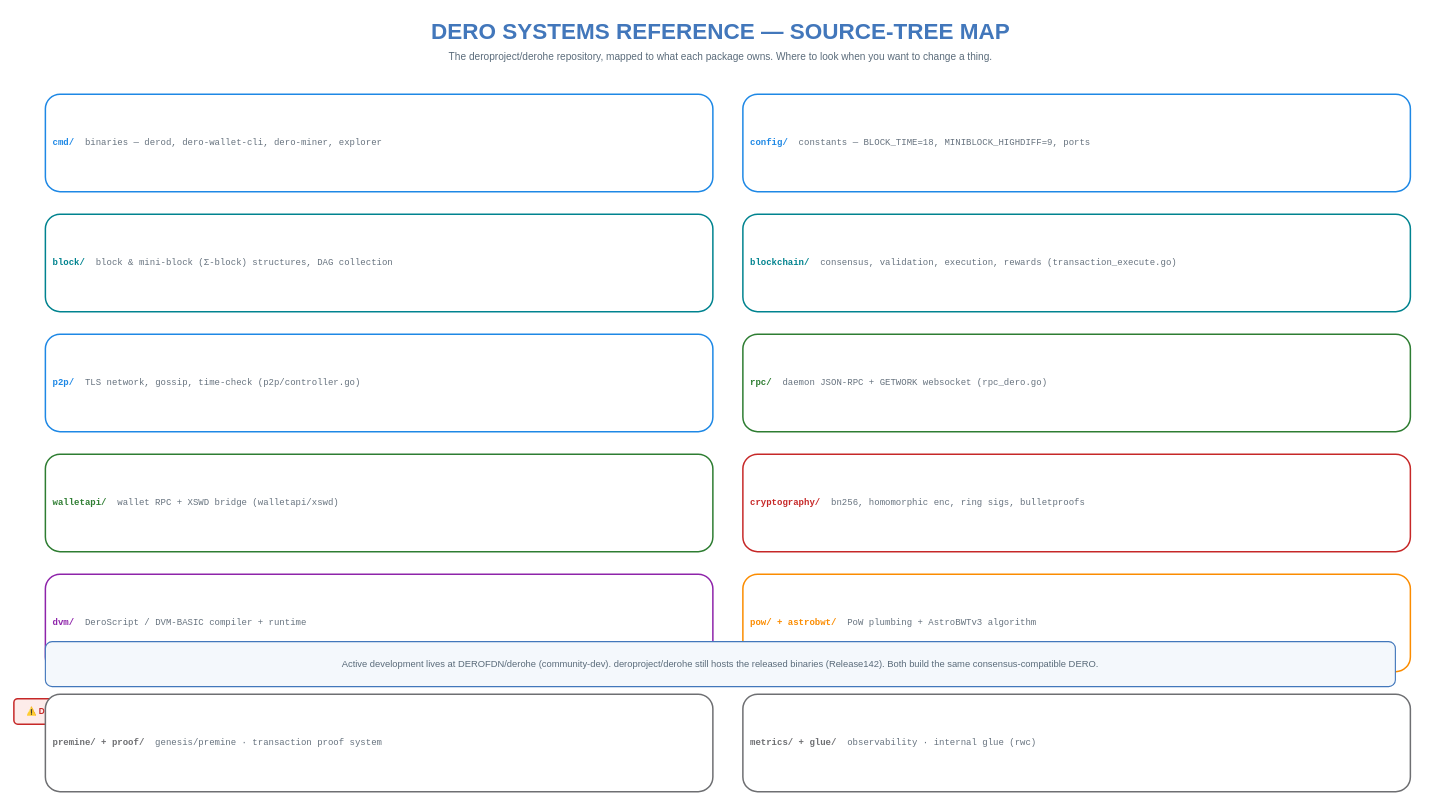
Above: page "Source-Tree Map" (4 of 4) of DERO.SYSTEMS.drawio in liqdmetal/DERO.STARGATE.DIAGRAMS (draw.io), before the change. Source tidied: cells renumbered, new cells numbered last; positions are measured from the earlier drawing's top-left corner, leaving out a move shared by most shapes. Both pictures are drawn from the tidied source at 75%, with x=0, y=0 at pixel (14, 13).
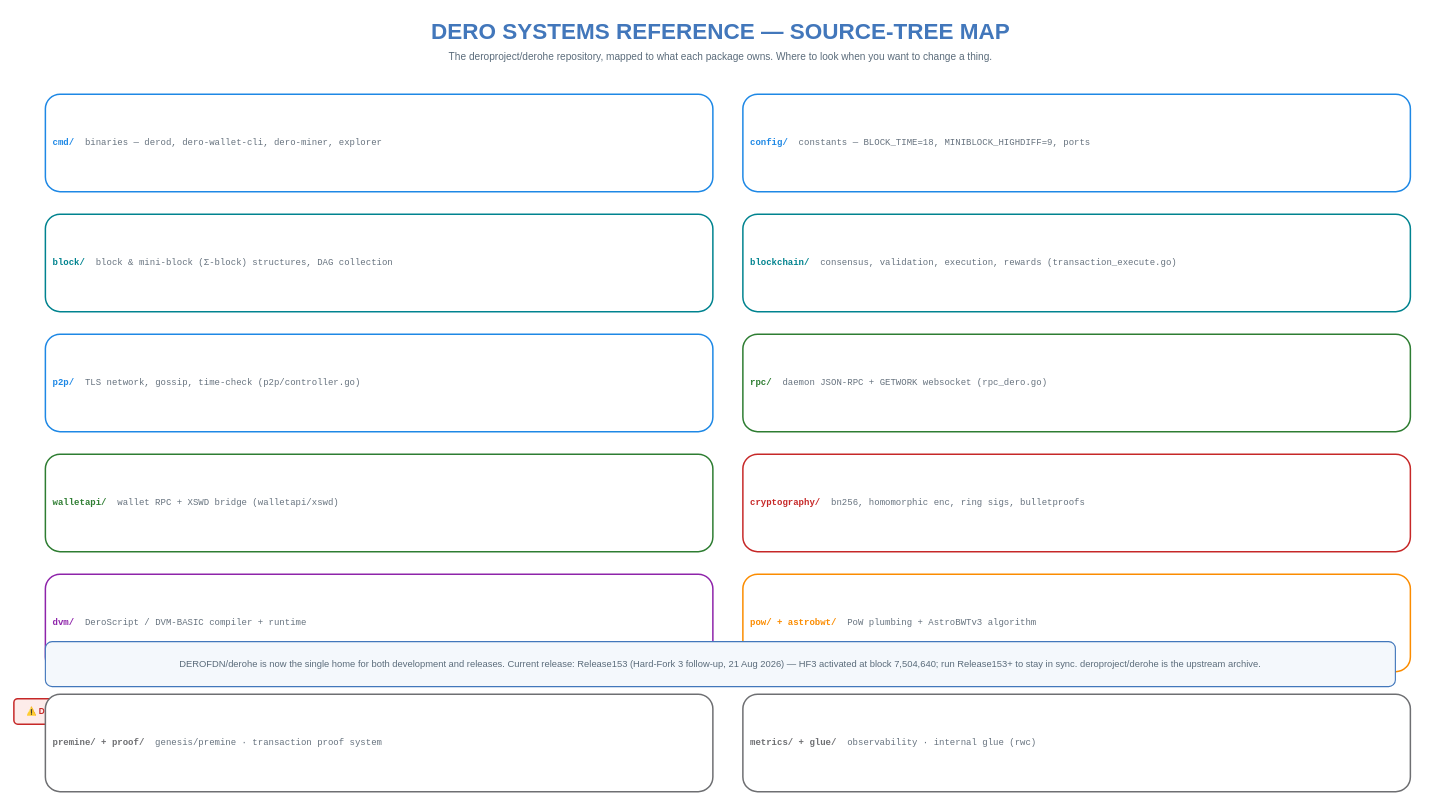
The same diagram, later.

The edit, as a diff of the source:
```diff
@@
 <mxGraphModel>
   <root>
     <mxCell id="0" />
     <mxCell id="1" parent="0" />
     <mxCell id="2" value="⚠️ DRAFT — community draft — not verified, reviewed, or audited" style="rounded=1;whiteSpace=wrap;html=1;fillColor=#FDECEA;strokeColor=#C62828;strokeWidth=2;fontSize=11;fontStyle=1;fontColor=#C62828;align=center;verticalAlign=middle;" parent="1" vertex="1">
       <mxGeometry y="914" width="380" height="34" as="geometry" />
     </mxCell>
     <mxCell id="3" value="DERO SYSTEMS REFERENCE — SOURCE-TREE MAP" style="text;html=1;align=center;fontSize=30;fontStyle=1;fontColor=#4277BB;" parent="1" vertex="1">
       <mxGeometry x="2" width="1880" height="42" as="geometry" />
     </mxCell>
     <mxCell id="4" value="The deroproject/derohe repository, mapped to what each package owns.  Where to look when you want to change a thing." style="text;html=1;align=center;fontSize=13.5;fontColor=#5A6B7A;" parent="1" vertex="1">
       <mxGeometry x="2" y="44" width="1880" height="22" as="geometry" />
     </mxCell>
     <mxCell id="5" value="&lt;font color=&quot;#1E88E5&quot;&gt;&lt;b&gt;cmd/&lt;/b&gt;&lt;/font&gt;  &lt;font color=&quot;#66727E&quot;&gt;binaries — derod, dero-wallet-cli, dero-miner, explorer&lt;/font&gt;" style="rounded=1;whiteSpace=wrap;html=1;fillColor=#FFFFFF;strokeColor=#1E88E5;strokeWidth=2;fontSize=12;fontColor=#22303C;align=left;verticalAlign=middle;spacing=10;fontFamily=Courier New;" parent="1" vertex="1">
       <mxGeometry x="42" y="108" width="890" height="130" as="geometry" />
     </mxCell>
     <mxCell id="6" value="&lt;font color=&quot;#1E88E5&quot;&gt;&lt;b&gt;config/&lt;/b&gt;&lt;/font&gt;  &lt;font color=&quot;#66727E&quot;&gt;constants — BLOCK_TIME=18, MINIBLOCK_HIGHDIFF=9, ports&lt;/font&gt;" style="rounded=1;whiteSpace=wrap;html=1;fillColor=#FFFFFF;strokeColor=#1E88E5;strokeWidth=2;fontSize=12;fontColor=#22303C;align=left;verticalAlign=middle;spacing=10;fontFamily=Courier New;" parent="1" vertex="1">
       <mxGeometry x="972" y="108" width="890" height="130" as="geometry" />
     </mxCell>
     <mxCell id="7" value="&lt;font color=&quot;#00838F&quot;&gt;&lt;b&gt;block/&lt;/b&gt;&lt;/font&gt;  &lt;font color=&quot;#66727E&quot;&gt;block &amp; mini-block (Σ-block) structures, DAG collection&lt;/font&gt;" style="rounded=1;whiteSpace=wrap;html=1;fillColor=#FFFFFF;strokeColor=#00838F;strokeWidth=2;fontSize=12;fontColor=#22303C;align=left;verticalAlign=middle;spacing=10;fontFamily=Courier New;" parent="1" vertex="1">
       <mxGeometry x="42" y="268" width="890" height="130" as="geometry" />
     </mxCell>
     <mxCell id="8" value="&lt;font color=&quot;#00838F&quot;&gt;&lt;b&gt;blockchain/&lt;/b&gt;&lt;/font&gt;  &lt;font color=&quot;#66727E&quot;&gt;consensus, validation, execution, rewards (transaction_execute.go)&lt;/font&gt;" style="rounded=1;whiteSpace=wrap;html=1;fillColor=#FFFFFF;strokeColor=#00838F;strokeWidth=2;fontSize=12;fontColor=#22303C;align=left;verticalAlign=middle;spacing=10;fontFamily=Courier New;" parent="1" vertex="1">
       <mxGeometry x="972" y="268" width="890" height="130" as="geometry" />
     </mxCell>
     <mxCell id="9" value="&lt;font color=&quot;#1E88E5&quot;&gt;&lt;b&gt;p2p/&lt;/b&gt;&lt;/font&gt;  &lt;font color=&quot;#66727E&quot;&gt;TLS network, gossip, time-check (p2p/controller.go)&lt;/font&gt;" style="rounded=1;whiteSpace=wrap;html=1;fillColor=#FFFFFF;strokeColor=#1E88E5;strokeWidth=2;fontSize=12;fontColor=#22303C;align=left;verticalAlign=middle;spacing=10;fontFamily=Courier New;" parent="1" vertex="1">
       <mxGeometry x="42" y="428" width="890" height="130" as="geometry" />
     </mxCell>
     <mxCell id="10" value="&lt;font color=&quot;#2E7D32&quot;&gt;&lt;b&gt;rpc/&lt;/b&gt;&lt;/font&gt;  &lt;font color=&quot;#66727E&quot;&gt;daemon JSON-RPC + GETWORK websocket (rpc_dero.go)&lt;/font&gt;" style="rounded=1;whiteSpace=wrap;html=1;fillColor=#FFFFFF;strokeColor=#2E7D32;strokeWidth=2;fontSize=12;fontColor=#22303C;align=left;verticalAlign=middle;spacing=10;fontFamily=Courier New;" parent="1" vertex="1">
       <mxGeometry x="972" y="428" width="890" height="130" as="geometry" />
     </mxCell>
     <mxCell id="11" value="&lt;font color=&quot;#2E7D32&quot;&gt;&lt;b&gt;walletapi/&lt;/b&gt;&lt;/font&gt;  &lt;font color=&quot;#66727E&quot;&gt;wallet RPC + XSWD bridge (walletapi/xswd)&lt;/font&gt;" style="rounded=1;whiteSpace=wrap;html=1;fillColor=#FFFFFF;strokeColor=#2E7D32;strokeWidth=2;fontSize=12;fontColor=#22303C;align=left;verticalAlign=middle;spacing=10;fontFamily=Courier New;" parent="1" vertex="1">
       <mxGeometry x="42" y="588" width="890" height="130" as="geometry" />
     </mxCell>
     <mxCell id="12" value="&lt;font color=&quot;#C62828&quot;&gt;&lt;b&gt;cryptography/&lt;/b&gt;&lt;/font&gt;  &lt;font color=&quot;#66727E&quot;&gt;bn256, homomorphic enc, ring sigs, bulletproofs&lt;/font&gt;" style="rounded=1;whiteSpace=wrap;html=1;fillColor=#FFFFFF;strokeColor=#C62828;strokeWidth=2;fontSize=12;fontColor=#22303C;align=left;verticalAlign=middle;spacing=10;fontFamily=Courier New;" parent="1" vertex="1">
       <mxGeometry x="972" y="588" width="890" height="130" as="geometry" />
     </mxCell>
     <mxCell id="13" value="&lt;font color=&quot;#8E24AA&quot;&gt;&lt;b&gt;dvm/&lt;/b&gt;&lt;/font&gt;  &lt;font color=&quot;#66727E&quot;&gt;DeroScript / DVM-BASIC compiler + runtime&lt;/font&gt;" style="rounded=1;whiteSpace=wrap;html=1;fillColor=#FFFFFF;strokeColor=#8E24AA;strokeWidth=2;fontSize=12;fontColor=#22303C;align=left;verticalAlign=middle;spacing=10;fontFamily=Courier New;" parent="1" vertex="1">
       <mxGeometry x="42" y="748" width="890" height="130" as="geometry" />
     </mxCell>
     <mxCell id="14" value="&lt;font color=&quot;#FB8C00&quot;&gt;&lt;b&gt;pow/ + astrobwt/&lt;/b&gt;&lt;/font&gt;  &lt;font color=&quot;#66727E&quot;&gt;PoW plumbing + AstroBWTv3 algorithm&lt;/font&gt;" style="rounded=1;whiteSpace=wrap;html=1;fillColor=#FFFFFF;strokeColor=#FB8C00;strokeWidth=2;fontSize=12;fontColor=#22303C;align=left;verticalAlign=middle;spacing=10;fontFamily=Courier New;" parent="1" vertex="1">
       <mxGeometry x="972" y="748" width="890" height="130" as="geometry" />
     </mxCell>
     <mxCell id="15" value="&lt;font color=&quot;#6E6F72&quot;&gt;&lt;b&gt;premine/ + proof/&lt;/b&gt;&lt;/font&gt;  &lt;font color=&quot;#66727E&quot;&gt;genesis/premine · transaction proof system&lt;/font&gt;" style="rounded=1;whiteSpace=wrap;html=1;fillColor=#FFFFFF;strokeColor=#6E6F72;strokeWidth=2;fontSize=12;fontColor=#22303C;align=left;verticalAlign=middle;spacing=10;fontFamily=Courier New;" parent="1" vertex="1">
       <mxGeometry x="42" y="908" width="890" height="130" as="geometry" />
     </mxCell>
     <mxCell id="16" value="&lt;font color=&quot;#6E6F72&quot;&gt;&lt;b&gt;metrics/ + glue/&lt;/b&gt;&lt;/font&gt;  &lt;font color=&quot;#66727E&quot;&gt;observability · internal glue (rwc)&lt;/font&gt;" style="rounded=1;whiteSpace=wrap;html=1;fillColor=#FFFFFF;strokeColor=#6E6F72;strokeWidth=2;fontSize=12;fontColor=#22303C;align=left;verticalAlign=middle;spacing=10;fontFamily=Courier New;" parent="1" vertex="1">
       <mxGeometry x="972" y="908" width="890" height="130" as="geometry" />
     </mxCell>
-    <mxCell id="17" value="Active development lives at DEROFDN/derohe (community-dev). deroproject/derohe still hosts the released binaries (Release142). Both build the same consensus-compatible DERO." style="rounded=1;whiteSpace=wrap;html=1;fillColor=#F4F8FC;strokeColor=#4277BB;strokeWidth=1.5;fontSize=12.5;fontColor=#5A6B7A;align=center;verticalAlign=middle;" parent="1" vertex="1">
+    <mxCell id="17" value="DEROFDN/derohe is now the single home for both development and releases. Current release: Release153 (Hard-Fork 3 follow-up, 21 Aug 2026) — HF3 activated at block 7,504,640; run Release153+ to stay in sync. deroproject/derohe is the upstream archive." style="rounded=1;whiteSpace=wrap;html=1;fillColor=#F4F8FC;strokeColor=#4277BB;strokeWidth=1.5;fontSize=12.5;fontColor=#5A6B7A;align=center;verticalAlign=middle;" parent="1" vertex="1">
       <mxGeometry x="42" y="838" width="1800" height="60" as="geometry" />
     </mxCell>
   </root>
 </mxGraphModel>
```
